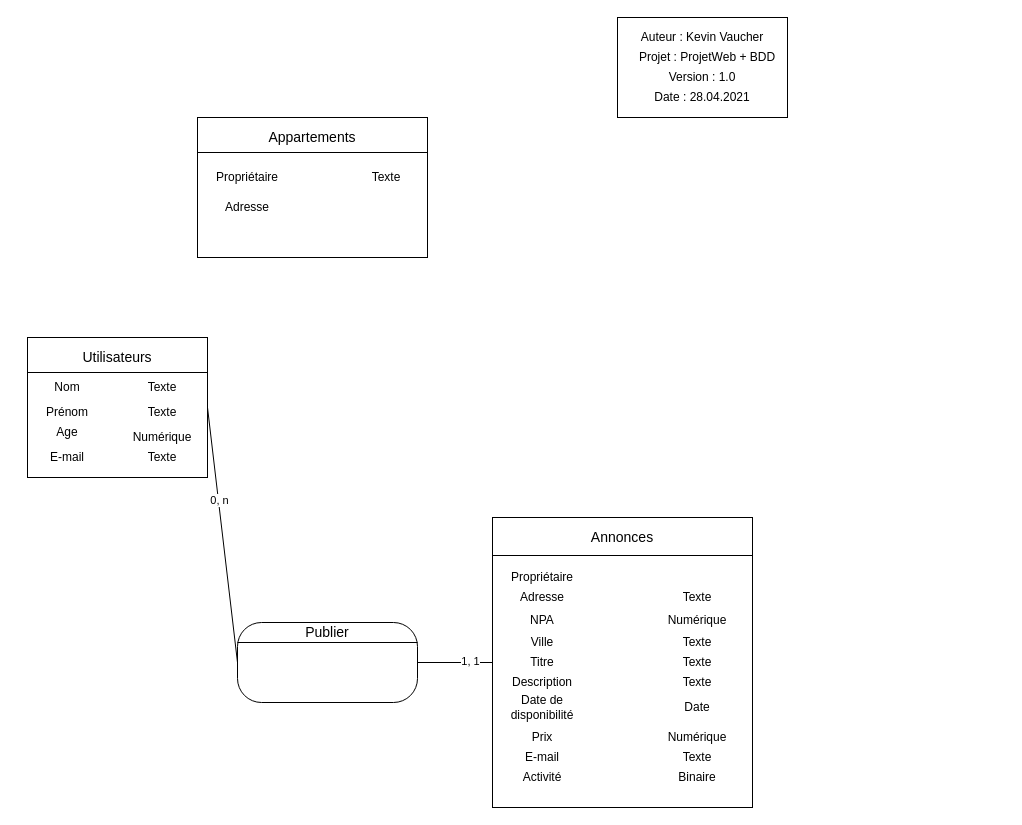
The draw.io diagram ProjetWeb/Documentation/MCD_KVR-SGI-ISC-ENR.drawio in enzononnenmacher/ProjetWEB_ENR_ISC_SGI, before the edit. Source tidied: cells renumbered, new cells numbered last; positions are measured from the earlier drawing's top-left corner, leaving out a move shared by most shapes. Both pictures are drawn from the tidied source at 100%, with x=0, y=0 at pixel (27, 17).
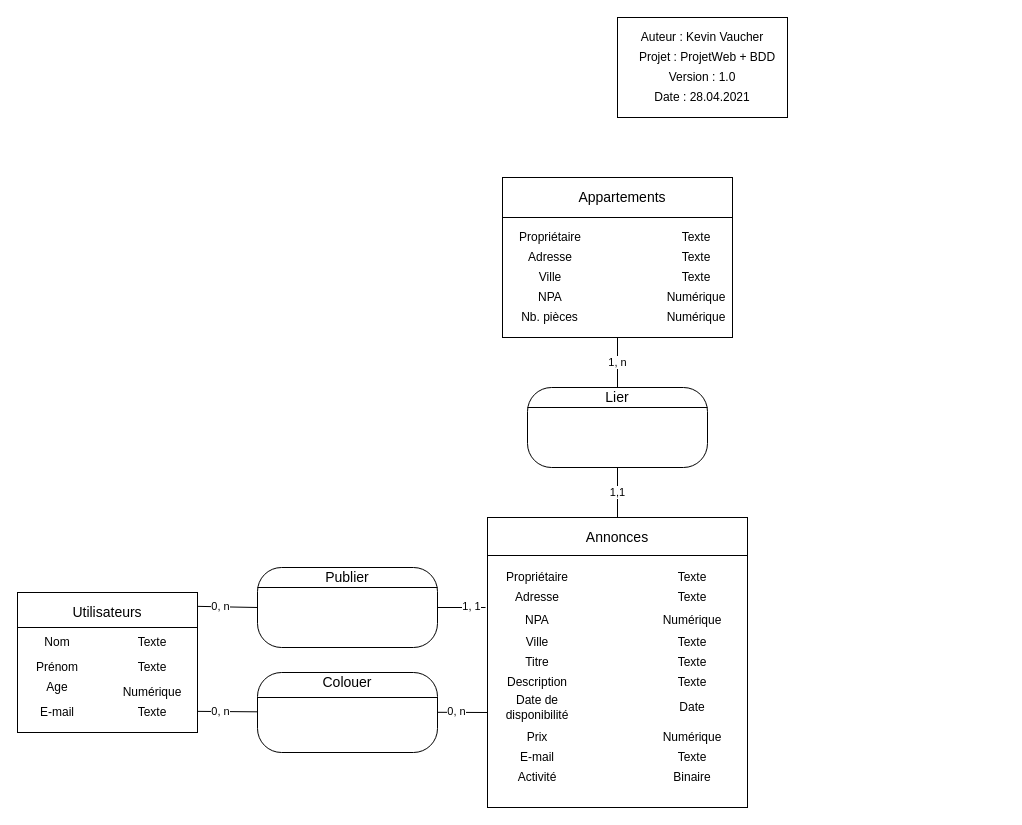
Above is the later version.

The change refers to these unchanged cells:
```xml
<mxCell id="33" style="group;" parent="32" vertex="1">
  <mxGeometry width="260" height="290" as="geometry" />
</mxCell>
<mxCell id="34" style="rounded=0;whiteSpace=wrap;html=1;" parent="33" vertex="1">
  <mxGeometry width="260" height="290" as="geometry" />
</mxCell>
<mxCell id="66" style="rounded=0;whiteSpace=wrap;html=1;" parent="65" vertex="1">
  <mxGeometry width="180" height="140" as="geometry" />
</mxCell>
```

Diff of the diagram source:
```diff
@@
-    <mxCell id="4" style="endArrow=none;html=1;entryX=1;entryY=0.5;entryDx=0;entryDy=0;exitX=0;exitY=0.5;exitDx=0;exitDy=0;" parent="1" edge="1" source="34" target="9">
-      <mxGeometry relative="1" as="geometry" />
+    <mxCell id="4" style="endArrow=none;html=1;entryX=1;entryY=0.5;entryDx=0;entryDy=0;" parent="1" edge="1" target="9">
+      <mxGeometry relative="1" as="geometry">
+        <mxPoint x="458" y="590" as="sourcePoint" />
+      </mxGeometry>
     </mxCell>
@@
-    <mxCell id="6" style="endArrow=none;html=1;exitX=0;exitY=0.5;exitDx=0;exitDy=0;entryX=1;entryY=0.5;entryDx=0;entryDy=0;" parent="1" edge="1" source="9" target="66">
+    <mxCell id="6" style="endArrow=none;html=1;exitX=0;exitY=0.5;exitDx=0;exitDy=0;entryX=1.003;entryY=0.099;entryDx=0;entryDy=0;entryPerimeter=0;" parent="1" edge="1" source="9" target="66">
       <mxGeometry relative="1" as="geometry" />
     </mxCell>
@@
-    <mxCell id="8" style="group;" parent="1" vertex="1">
-      <mxGeometry x="210" y="605" width="180" height="80" as="geometry" />
-    </mxCell>
-    <mxCell id="9" style="rounded=1;whiteSpace=wrap;html=1;arcSize=30;" parent="8" vertex="1">
-      <mxGeometry width="180" height="80" as="geometry" />
-    </mxCell>
-    <mxCell id="10" style="endArrow=none;html=1;entryX=0;entryY=0.25;entryDx=0;entryDy=0;exitX=1;exitY=0.25;exitDx=0;exitDy=0;" parent="8" edge="1" source="9" target="9">
-      <mxGeometry relative="1" as="geometry" />
-    </mxCell>
-    <mxCell id="11" value="&lt;font style=&quot;font-size: 14px&quot;&gt;Publier&lt;/font&gt;" style="text;html=1;strokeColor=none;fillColor=none;align=center;verticalAlign=middle;whiteSpace=wrap;rounded=0;" parent="8" vertex="1">
-      <mxGeometry x="65" width="50" height="20" as="geometry" />
-    </mxCell>
@@
-    <mxCell id="22" style="rounded=0;whiteSpace=wrap;html=1;" parent="1" vertex="1">
-      <mxGeometry x="170" y="100" width="230" height="140" as="geometry" />
-    </mxCell>
-    <mxCell id="23" style="endArrow=none;html=1;exitX=0;exitY=0.25;exitDx=0;exitDy=0;entryX=1;entryY=0.25;entryDx=0;entryDy=0;" parent="1" edge="1" source="22" target="22">
-      <mxGeometry relative="1" as="geometry" />
-    </mxCell>
-    <mxCell id="24" value="&lt;span style=&quot;font-size: 14px&quot;&gt;Appartements&lt;/span&gt;" style="text;html=1;strokeColor=none;fillColor=none;align=center;verticalAlign=middle;whiteSpace=wrap;rounded=0;" parent="1" vertex="1">
-      <mxGeometry x="260" y="110" width="50" height="20" as="geometry" />
-    </mxCell>
-    <mxCell id="25" value="Propriétaire" style="text;html=1;strokeColor=none;fillColor=none;align=center;verticalAlign=middle;whiteSpace=wrap;rounded=0;" parent="1" vertex="1">
-      <mxGeometry x="200" y="150" width="40" height="20" as="geometry" />
-    </mxCell>
-    <mxCell id="26" value="Texte" style="text;html=1;strokeColor=none;fillColor=none;align=center;verticalAlign=middle;whiteSpace=wrap;rounded=0;" parent="1" vertex="1">
-      <mxGeometry x="334" y="150" width="50" height="20" as="geometry" />
-    </mxCell>
-    <mxCell id="27" value="Adresse" style="text;html=1;strokeColor=none;fillColor=none;align=center;verticalAlign=middle;whiteSpace=wrap;rounded=0;" parent="1" vertex="1">
-      <mxGeometry x="195" y="180" width="50" height="20" as="geometry" />
-    </mxCell>
     <mxCell id="28" style="group;" parent="1" vertex="1">
-      <mxGeometry x="465" y="500" width="260" height="290" as="geometry" />
+      <mxGeometry x="460" y="500" width="260" height="290" as="geometry" />
     </mxCell>
@@
+    <mxCell id="78" value="Texte" style="text;html=1;strokeColor=none;fillColor=none;align=center;verticalAlign=middle;whiteSpace=wrap;rounded=0;" parent="33" vertex="1">
+      <mxGeometry x="185" y="50" width="40" height="20" as="geometry" />
+    </mxCell>
+    <mxCell id="79" style="group;" parent="1" vertex="1">
+      <mxGeometry x="-10" y="575" width="180" height="140" as="geometry" />
+    </mxCell>
-    <mxCell id="57" style="group;" parent="1" vertex="1">
-      <mxGeometry y="320" width="180" height="140" as="geometry" />
+    <mxCell id="57" style="group;" parent="79" vertex="1">
+      <mxGeometry width="180" height="140" as="geometry" />
     </mxCell>
@@
+    <mxCell id="80" style="group;" parent="1" vertex="1">
+      <mxGeometry x="480" y="160" width="230" height="160" as="geometry" />
+    </mxCell>
+    <mxCell id="81" style="group;" parent="80" vertex="1">
+      <mxGeometry width="230" height="160" as="geometry" />
+    </mxCell>
+    <mxCell id="22" style="rounded=0;whiteSpace=wrap;html=1;" parent="81" vertex="1">
+      <mxGeometry x="-5" width="230" height="160" as="geometry" />
+    </mxCell>
+    <mxCell id="23" style="endArrow=none;html=1;exitX=0;exitY=0.25;exitDx=0;exitDy=0;entryX=1;entryY=0.25;entryDx=0;entryDy=0;" parent="81" edge="1" source="22" target="22">
+      <mxGeometry relative="1" as="geometry" />
+    </mxCell>
+    <mxCell id="24" value="&lt;span style=&quot;font-size: 14px&quot;&gt;Appartements&lt;/span&gt;" style="text;html=1;strokeColor=none;fillColor=none;align=center;verticalAlign=middle;whiteSpace=wrap;rounded=0;" parent="81" vertex="1">
+      <mxGeometry x="90" y="10" width="50" height="20" as="geometry" />
+    </mxCell>
+    <mxCell id="25" value="Propriétaire" style="text;html=1;strokeColor=none;fillColor=none;align=center;verticalAlign=middle;whiteSpace=wrap;rounded=0;" parent="81" vertex="1">
+      <mxGeometry x="22.5" y="50" width="40" height="20" as="geometry" />
+    </mxCell>
+    <mxCell id="26" value="Texte" style="text;html=1;strokeColor=none;fillColor=none;align=center;verticalAlign=middle;whiteSpace=wrap;rounded=0;" parent="81" vertex="1">
+      <mxGeometry x="164" y="50" width="50" height="20" as="geometry" />
+    </mxCell>
+    <mxCell id="27" value="Adresse" style="text;html=1;strokeColor=none;fillColor=none;align=center;verticalAlign=middle;whiteSpace=wrap;rounded=0;" parent="81" vertex="1">
+      <mxGeometry x="17.5" y="70" width="50" height="20" as="geometry" />
+    </mxCell>
+    <mxCell id="82" value="Ville" style="text;html=1;strokeColor=none;fillColor=none;align=center;verticalAlign=middle;whiteSpace=wrap;rounded=0;" parent="81" vertex="1">
+      <mxGeometry x="17.5" y="90" width="50" height="20" as="geometry" />
+    </mxCell>
+    <mxCell id="83" value="Texte" style="text;html=1;strokeColor=none;fillColor=none;align=center;verticalAlign=middle;whiteSpace=wrap;rounded=0;" parent="81" vertex="1">
+      <mxGeometry x="164" y="70" width="50" height="20" as="geometry" />
+    </mxCell>
+    <mxCell id="84" value="Texte" style="text;html=1;strokeColor=none;fillColor=none;align=center;verticalAlign=middle;whiteSpace=wrap;rounded=0;" parent="81" vertex="1">
+      <mxGeometry x="164" y="90" width="50" height="20" as="geometry" />
+    </mxCell>
+    <mxCell id="85" value="Numérique" style="text;html=1;strokeColor=none;fillColor=none;align=center;verticalAlign=middle;whiteSpace=wrap;rounded=0;" parent="81" vertex="1">
+      <mxGeometry x="164" y="130" width="50" height="20" as="geometry" />
+    </mxCell>
+    <mxCell id="86" value="Nb. pièces" style="text;html=1;strokeColor=none;fillColor=none;align=center;verticalAlign=middle;whiteSpace=wrap;rounded=0;" parent="81" vertex="1">
+      <mxGeometry x="10" y="130" width="65" height="20" as="geometry" />
+    </mxCell>
+    <mxCell id="87" value="NPA" style="text;html=1;strokeColor=none;fillColor=none;align=center;verticalAlign=middle;whiteSpace=wrap;rounded=0;" parent="81" vertex="1">
+      <mxGeometry x="17.5" y="110" width="50" height="20" as="geometry" />
+    </mxCell>
+    <mxCell id="88" value="Numérique" style="text;html=1;strokeColor=none;fillColor=none;align=center;verticalAlign=middle;whiteSpace=wrap;rounded=0;" parent="81" vertex="1">
+      <mxGeometry x="164" y="110" width="50" height="20" as="geometry" />
+    </mxCell>
+    <mxCell id="89" style="group;" parent="1" vertex="1">
+      <mxGeometry x="500" y="370" width="180" height="80" as="geometry" />
+    </mxCell>
+    <mxCell id="90" style="rounded=1;whiteSpace=wrap;html=1;arcSize=30;" parent="89" vertex="1">
+      <mxGeometry width="180" height="80" as="geometry" />
+    </mxCell>
+    <mxCell id="91" style="endArrow=none;html=1;entryX=0;entryY=0.25;entryDx=0;entryDy=0;exitX=1;exitY=0.25;exitDx=0;exitDy=0;" parent="89" edge="1" source="90" target="90">
+      <mxGeometry relative="1" as="geometry" />
+    </mxCell>
+    <mxCell id="92" value="&lt;span style=&quot;font-size: 14px&quot;&gt;Lier&lt;/span&gt;" style="text;html=1;strokeColor=none;fillColor=none;align=center;verticalAlign=middle;whiteSpace=wrap;rounded=0;" parent="89" vertex="1">
+      <mxGeometry x="65" width="50" height="20" as="geometry" />
+    </mxCell>
+    <mxCell id="93" value="1, n" style="endArrow=none;html=1;entryX=0.5;entryY=1;entryDx=0;entryDy=0;exitX=0.5;exitY=0;exitDx=0;exitDy=0;" parent="1" edge="1" source="92" target="22">
+      <mxGeometry relative="1" as="geometry" />
+    </mxCell>
+    <mxCell id="94" value="1,1" style="endArrow=none;html=1;entryX=0.5;entryY=0;entryDx=0;entryDy=0;exitX=0.5;exitY=1;exitDx=0;exitDy=0;" parent="1" edge="1" source="90" target="34">
+      <mxGeometry relative="1" as="geometry" />
+    </mxCell>
+    <mxCell id="9" style="rounded=1;whiteSpace=wrap;html=1;arcSize=30;" parent="1" vertex="1">
+      <mxGeometry x="230" y="550" width="180" height="80" as="geometry" />
+    </mxCell>
+    <mxCell id="10" style="endArrow=none;html=1;entryX=0;entryY=0.25;entryDx=0;entryDy=0;exitX=1;exitY=0.25;exitDx=0;exitDy=0;" parent="1" edge="1" source="9" target="9">
+      <mxGeometry relative="1" as="geometry" />
+    </mxCell>
+    <mxCell id="11" value="&lt;font style=&quot;font-size: 14px&quot;&gt;Publier&lt;/font&gt;" style="text;html=1;strokeColor=none;fillColor=none;align=center;verticalAlign=middle;whiteSpace=wrap;rounded=0;" parent="1" vertex="1">
+      <mxGeometry x="295" y="550" width="50" height="20" as="geometry" />
+    </mxCell>
+    <mxCell id="95" style="rounded=1;whiteSpace=wrap;html=1;arcSize=30;" parent="1" vertex="1">
+      <mxGeometry x="230" y="655" width="180" height="80" as="geometry" />
+    </mxCell>
+    <mxCell id="96" style="endArrow=none;html=1;entryX=0;entryY=0.25;entryDx=0;entryDy=0;exitX=1;exitY=0.25;exitDx=0;exitDy=0;" parent="1" edge="1">
+      <mxGeometry relative="1" as="geometry">
+        <mxPoint x="410" y="680" as="sourcePoint" />
+        <mxPoint x="230" y="680" as="targetPoint" />
+      </mxGeometry>
+    </mxCell>
+    <mxCell id="97" value="&lt;span style=&quot;font-size: 14px&quot;&gt;Colouer&lt;/span&gt;" style="text;html=1;strokeColor=none;fillColor=none;align=center;verticalAlign=middle;whiteSpace=wrap;rounded=0;" parent="1" vertex="1">
+      <mxGeometry x="295" y="655" width="50" height="20" as="geometry" />
+    </mxCell>
+    <mxCell id="98" style="endArrow=none;html=1;entryX=1.001;entryY=0.849;entryDx=0;entryDy=0;entryPerimeter=0;" parent="1" edge="1" source="95" target="66">
+      <mxGeometry relative="1" as="geometry" />
+    </mxCell>
+    <mxCell id="99" value="0, n" style="edgeLabel;html=1;align=center;verticalAlign=middle;" parent="98" vertex="1">
+      <mxGeometry x="0.27" y="-1" relative="1" as="geometry" />
+    </mxCell>
+    <mxCell id="100" style="endArrow=none;html=1;entryX=0.997;entryY=0.034;entryDx=0;entryDy=0;entryPerimeter=0;" parent="1" edge="1">
+      <mxGeometry relative="1" as="geometry">
+        <mxPoint x="460" y="695" as="sourcePoint" />
+        <mxPoint x="410" y="694.8" as="targetPoint" />
+      </mxGeometry>
+    </mxCell>
+    <mxCell id="101" value="0, n" style="edgeLabel;html=1;align=center;verticalAlign=middle;" parent="100" vertex="1">
+      <mxGeometry x="0.27" y="-1" relative="1" as="geometry" />
+    </mxCell>
```
